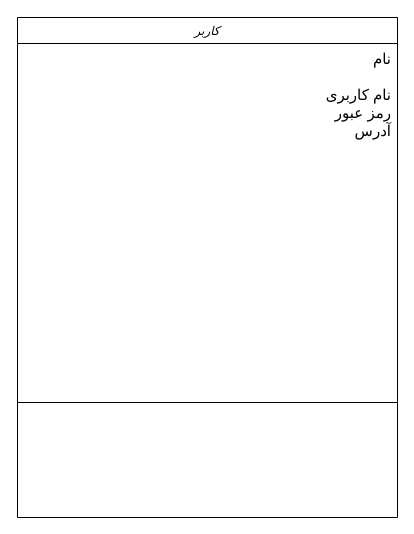
Above: gggggg.drawio in khoramian/TahDig_SoftwareEngineering (draw.io), before the change. Source tidied: cells renumbered, new cells numbered last; positions are measured from the earlier drawing's top-left corner, leaving out a move shared by most shapes. Both pictures are drawn from the tidied source at 100%, with x=0, y=0 at pixel (17, 17).
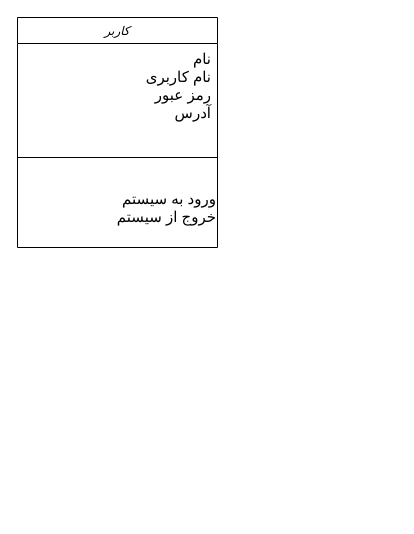
Above is the later version.

What changed in the source:
```diff
@@
 <mxGraphModel>
   <root>
     <mxCell id="0" />
     <mxCell id="1" parent="0" />
     <mxCell id="2" value="کاربر" style="swimlane;fontStyle=2;align=center;verticalAlign=top;horizontal=1;startSize=26;rounded=0;shadow=0;strokeWidth=1;" parent="1" vertex="1">
-      <mxGeometry width="380" height="500" as="geometry" />
+      <mxGeometry width="200" height="230" as="geometry" />
     </mxCell>
-    <mxCell id="3" value="نام &#10;&#10;نام کاربری&#10;رمز عبور&#10;آدرس&#10;" style="text;align=right;verticalAlign=top;spacingLeft=4;spacingRight=4;overflow=hidden;fontSize=15;" parent="2" vertex="1">
-      <mxGeometry y="26" width="380" height="244" as="geometry" />
+    <mxCell id="3" value="نام &#10;نام کاربری&#10;رمز عبور&#10;آدرس&#10;" style="text;align=right;verticalAlign=top;spacingLeft=4;spacingRight=4;overflow=hidden;fontSize=15;" parent="2" vertex="1">
+      <mxGeometry y="26" width="200" height="84" as="geometry" />
     </mxCell>
     <mxCell id="4" style="line;html=1;strokeWidth=1;align=left;verticalAlign=middle;spacingTop=-1;spacingLeft=3;spacingRight=3;labelPosition=right;" parent="2" vertex="1">
-      <mxGeometry y="270" width="380" height="230" as="geometry" />
+      <mxGeometry y="110" width="200" height="60" as="geometry" />
     </mxCell>
+    <mxCell id="5" value="&lt;div&gt;ورود به سیستم &lt;br&gt;&lt;/div&gt;&lt;div&gt;خروج از سیستم &lt;br&gt;&lt;/div&gt;" style="text;html=1;align=right;verticalAlign=middle;fontSize=15;" parent="2" vertex="1">
+      <mxGeometry y="170" width="200" height="40" as="geometry" />
+    </mxCell>
   </root>
 </mxGraphModel>
```
